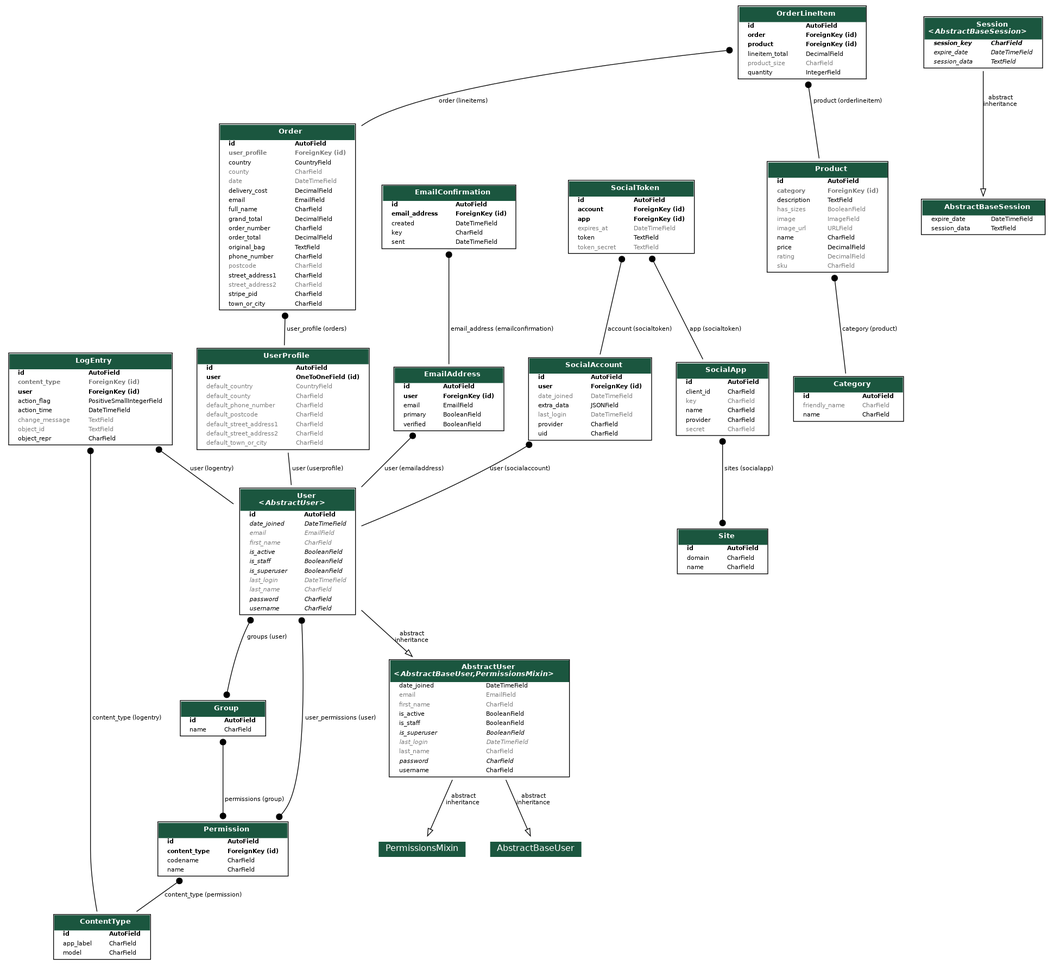
The Graphviz diagram output.png in Code-Institute-Submissions/get_booted, before a commit. Its source is kept beside it as output.dot.
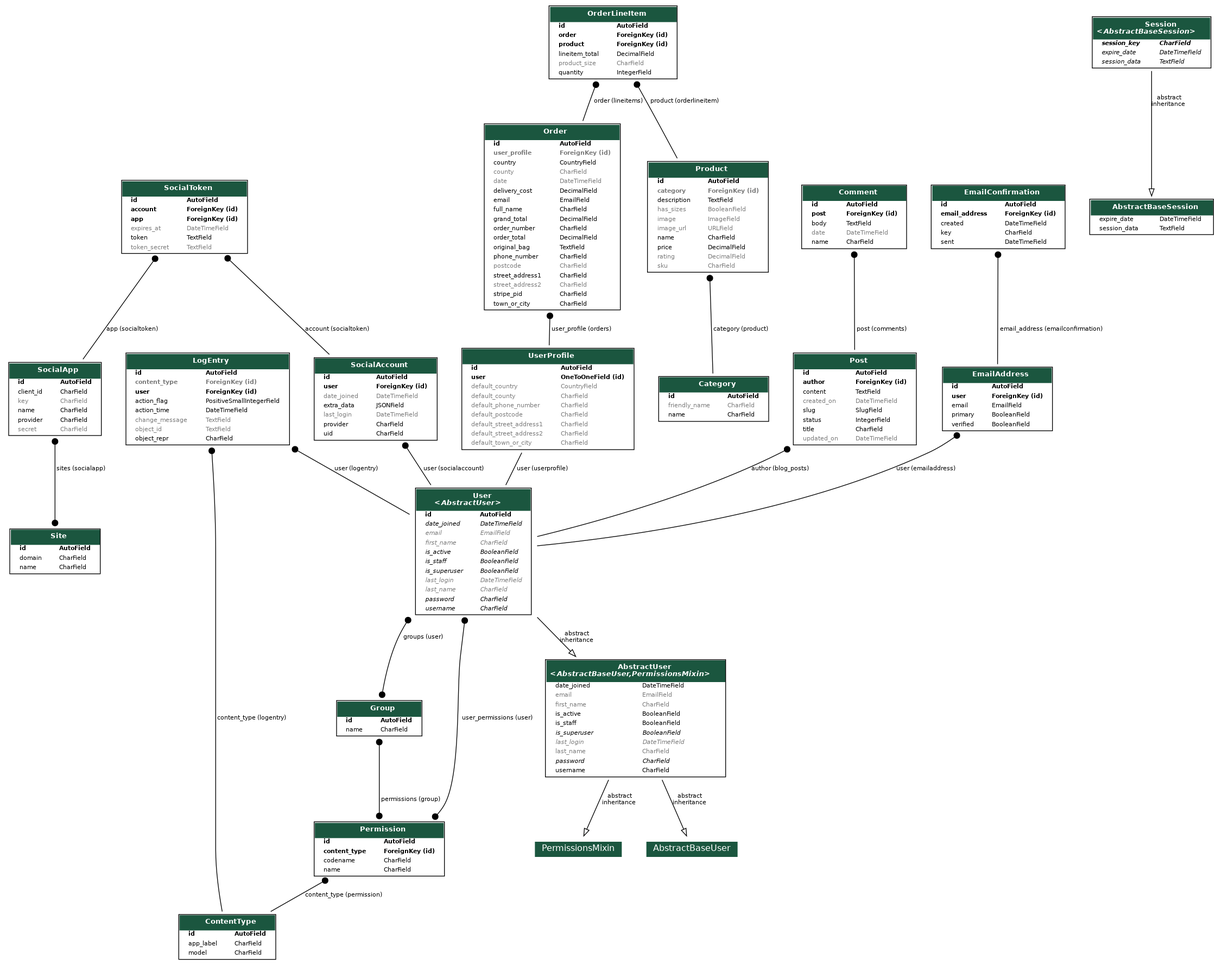
The same diagram one commit later.

Commit message:
post_detail updated new response with the comment system

What changed in the source:
```diff
@@ -1196,6 +1196,133 @@
     <FONT COLOR="#7B7B7B" FACE="Roboto">default_town_or_city</FONT>
     </TD><TD ALIGN="LEFT">
     <FONT COLOR="#7B7B7B" FACE="Roboto">CharField</FONT>
+    </TD></TR>
+
+
+    </TABLE>
+    >]
+
+
+
+
+  blog_models_Post [label=<
+    <TABLE BGCOLOR="white" BORDER="1" CELLBORDER="0" CELLSPACING="0">
+    <TR><TD COLSPAN="2" CELLPADDING="5" ALIGN="CENTER" BGCOLOR="#1b563f">
+    <FONT FACE="Roboto" COLOR="white" POINT-SIZE="10"><B>
+    Post
+    </B></FONT></TD></TR>
+
+
+    <TR><TD ALIGN="LEFT" BORDER="0">
+    <FONT FACE="Roboto"><B>id</B></FONT>
+    </TD><TD ALIGN="LEFT">
+    <FONT FACE="Roboto"><B>AutoField</B></FONT>
+    </TD></TR>
+
+
+
+    <TR><TD ALIGN="LEFT" BORDER="0">
+    <FONT FACE="Roboto"><B>author</B></FONT>
+    </TD><TD ALIGN="LEFT">
+    <FONT FACE="Roboto"><B>ForeignKey (id)</B></FONT>
+    </TD></TR>
+
+
+
+    <TR><TD ALIGN="LEFT" BORDER="0">
+    <FONT FACE="Roboto">content</FONT>
+    </TD><TD ALIGN="LEFT">
+    <FONT FACE="Roboto">TextField</FONT>
+    </TD></TR>
+
+
+
+    <TR><TD ALIGN="LEFT" BORDER="0">
+    <FONT COLOR="#7B7B7B" FACE="Roboto">created_on</FONT>
+    </TD><TD ALIGN="LEFT">
+    <FONT COLOR="#7B7B7B" FACE="Roboto">DateTimeField</FONT>
+    </TD></TR>
+
+
+
+    <TR><TD ALIGN="LEFT" BORDER="0">
+    <FONT FACE="Roboto">slug</FONT>
+    </TD><TD ALIGN="LEFT">
+    <FONT FACE="Roboto">SlugField</FONT>
+    </TD></TR>
+
+
+
+    <TR><TD ALIGN="LEFT" BORDER="0">
+    <FONT FACE="Roboto">status</FONT>
+    </TD><TD ALIGN="LEFT">
+    <FONT FACE="Roboto">IntegerField</FONT>
+    </TD></TR>
+
+
+
+    <TR><TD ALIGN="LEFT" BORDER="0">
+    <FONT FACE="Roboto">title</FONT>
+    </TD><TD ALIGN="LEFT">
+    <FONT FACE="Roboto">CharField</FONT>
+    </TD></TR>
+
+
+
+    <TR><TD ALIGN="LEFT" BORDER="0">
+    <FONT COLOR="#7B7B7B" FACE="Roboto">updated_on</FONT>
+    </TD><TD ALIGN="LEFT">
+    <FONT COLOR="#7B7B7B" FACE="Roboto">DateTimeField</FONT>
+    </TD></TR>
+
+
+    </TABLE>
+    >]
+
+  blog_models_Comment [label=<
+    <TABLE BGCOLOR="white" BORDER="1" CELLBORDER="0" CELLSPACING="0">
+    <TR><TD COLSPAN="2" CELLPADDING="5" ALIGN="CENTER" BGCOLOR="#1b563f">
+    <FONT FACE="Roboto" COLOR="white" POINT-SIZE="10"><B>
+    Comment
+    </B></FONT></TD></TR>
+
+
+    <TR><TD ALIGN="LEFT" BORDER="0">
+    <FONT FACE="Roboto"><B>id</B></FONT>
+    </TD><TD ALIGN="LEFT">
+    <FONT FACE="Roboto"><B>AutoField</B></FONT>
+    </TD></TR>
+
+
+
+    <TR><TD ALIGN="LEFT" BORDER="0">
+    <FONT FACE="Roboto"><B>post</B></FONT>
+    </TD><TD ALIGN="LEFT">
+    <FONT FACE="Roboto"><B>ForeignKey (id)</B></FONT>
+    </TD></TR>
+
+
+
+    <TR><TD ALIGN="LEFT" BORDER="0">
+    <FONT FACE="Roboto">body</FONT>
+    </TD><TD ALIGN="LEFT">
+    <FONT FACE="Roboto">TextField</FONT>
+    </TD></TR>
+
+
+
+    <TR><TD ALIGN="LEFT" BORDER="0">
+    <FONT COLOR="#7B7B7B" FACE="Roboto">date</FONT>
+    </TD><TD ALIGN="LEFT">
+    <FONT COLOR="#7B7B7B" FACE="Roboto">DateTimeField</FONT>
+    </TD></TR>
+
+
+
+    <TR><TD ALIGN="LEFT" BORDER="0">
+    <FONT FACE="Roboto">name</FONT>
+    </TD><TD ALIGN="LEFT">
+    <FONT FACE="Roboto">CharField</FONT>
     </TD></TR>
 
 
@@ -1291,4 +1418,11 @@
   [label=" user (userprofile)"] [arrowhead=none, arrowtail=none, dir=both];
 
 
+  blog_models_Post -> django_contrib_auth_models_User
+  [label=" author (blog_posts)"] [arrowhead=none, arrowtail=dot, dir=both];
+
+  blog_models_Comment -> blog_models_Post
+  [label=" post (comments)"] [arrowhead=none, arrowtail=dot, dir=both];
+
+
 }
```
